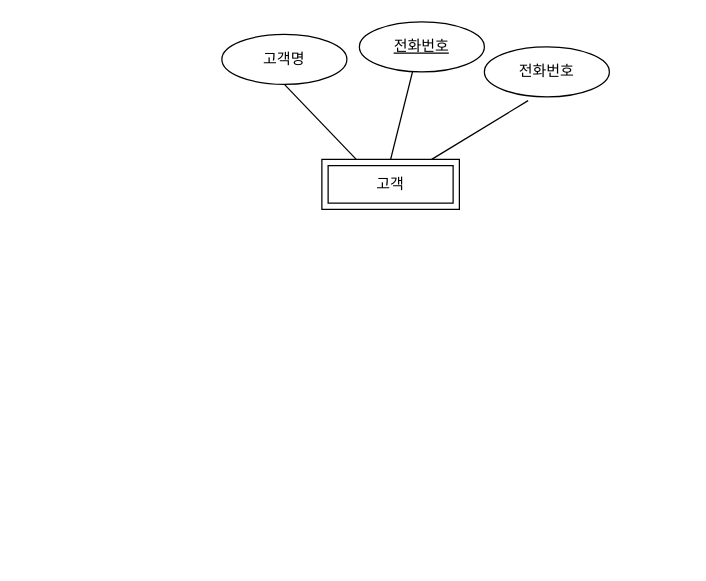
Earlier version of the draw.io diagram 제목 없는 다이어그램.drawio (softlee144/erd). Source tidied: cells renumbered, new cells numbered last; positions are measured from the earlier drawing's top-left corner, leaving out a move shared by most shapes. Both pictures are drawn from the tidied source at 125%, with x=0, y=0 at pixel (221, 21).
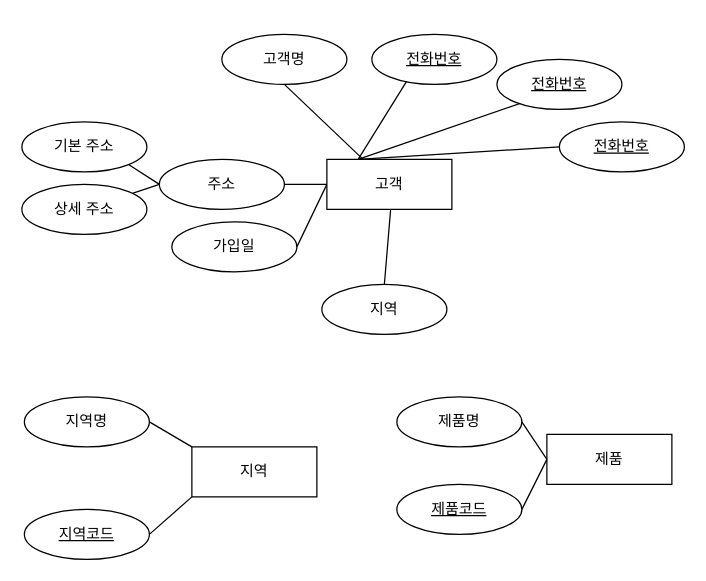
The same page after the edit.

Commit message:
제목 없는 다이어그램.drawio 업데이트

Unchanged cells that the change refers to:
```xml
<mxCell id="3" value="고객명" style="ellipse;whiteSpace=wrap;html=1;align=center;" parent="1" vertex="1">
  <mxGeometry y="10" width="100" height="40" as="geometry" />
</mxCell>
```

Change to the diagram source:
```diff
@@
-    <mxCell id="2" value="고객" style="shape=ext;margin=3;double=1;whiteSpace=wrap;html=1;align=center;" parent="1" vertex="1">
-      <mxGeometry x="80" y="110" width="110" height="40" as="geometry" />
-    </mxCell>
@@
-    <mxCell id="4" style="endArrow=none;html=1;rounded=0;exitX=0.5;exitY=1;exitDx=0;exitDy=0;entryX=0.25;entryY=0;entryDx=0;entryDy=0;" parent="1" edge="1" source="3" target="2">
+    <mxCell id="4" style="endArrow=none;html=1;rounded=0;exitX=0.5;exitY=1;exitDx=0;exitDy=0;" parent="1" edge="1" source="3" target="2">
       <mxGeometry relative="1" as="geometry" />
     </mxCell>
-    <mxCell id="5" value="전화번호" style="ellipse;whiteSpace=wrap;html=1;align=center;" parent="1" vertex="1">
-      <mxGeometry x="210" y="20" width="100" height="40" as="geometry" />
-    </mxCell>
-    <mxCell id="6" style="endArrow=none;html=1;rounded=0;exitX=0.35;exitY=1.075;exitDx=0;exitDy=0;exitPerimeter=0;" parent="1" edge="1" source="5" target="2">
-      <mxGeometry relative="1" as="geometry" />
+    <mxCell id="6" style="endArrow=none;html=1;rounded=0;exitX=0.35;exitY=1.075;exitDx=0;exitDy=0;exitPerimeter=0;entryX=0.25;entryY=0;entryDx=0;entryDy=0;" parent="1" edge="1" target="2">
+      <mxGeometry relative="1" as="geometry">
+        <mxPoint x="245" y="63" as="sourcePoint" />
+      </mxGeometry>
     </mxCell>
     <mxCell id="7" value="전화번호" style="ellipse;whiteSpace=wrap;html=1;align=center;fontStyle=4;" parent="1" vertex="1">
-      <mxGeometry x="110" width="100" height="40" as="geometry" />
+      <mxGeometry x="220" y="30" width="100" height="40" as="geometry" />
     </mxCell>
-    <mxCell id="8" style="endArrow=none;html=1;rounded=0;exitX=0.5;exitY=1;exitDx=0;exitDy=0;entryX=0.5;entryY=0;entryDx=0;entryDy=0;" parent="1" edge="1" target="2">
+    <mxCell id="8" style="endArrow=none;html=1;rounded=0;exitX=0.5;exitY=1;exitDx=0;exitDy=0;entryX=0.25;entryY=0;entryDx=0;entryDy=0;" parent="1" edge="1" target="2">
       <mxGeometry relative="1" as="geometry">
         <mxPoint x="152.5" y="40" as="sourcePoint" />
       </mxGeometry>
     </mxCell>
+    <mxCell id="9" value="전화번호" style="ellipse;whiteSpace=wrap;html=1;align=center;fontStyle=4;" parent="1" vertex="1">
+      <mxGeometry x="120" y="10" width="100" height="40" as="geometry" />
+    </mxCell>
+    <mxCell id="10" value="전화번호" style="ellipse;whiteSpace=wrap;html=1;align=center;fontStyle=4;" parent="1" vertex="1">
+      <mxGeometry x="270" y="80" width="100" height="40" as="geometry" />
+    </mxCell>
+    <mxCell id="11" style="endArrow=none;html=1;rounded=0;exitX=0;exitY=0.5;exitDx=0;exitDy=0;entryX=0.25;entryY=0;entryDx=0;entryDy=0;" parent="1" edge="1" source="10" target="2">
+      <mxGeometry relative="1" as="geometry" />
+    </mxCell>
+    <mxCell id="12" value="주소" style="ellipse;whiteSpace=wrap;html=1;align=center;" parent="1" vertex="1">
+      <mxGeometry x="-50" y="110" width="100" height="40" as="geometry" />
+    </mxCell>
+    <mxCell id="13" value="기본 주소" style="ellipse;whiteSpace=wrap;html=1;align=center;" parent="1" vertex="1">
+      <mxGeometry x="-160" y="80" width="100" height="40" as="geometry" />
+    </mxCell>
+    <mxCell id="14" value="상세 주소" style="ellipse;whiteSpace=wrap;html=1;align=center;" parent="1" vertex="1">
+      <mxGeometry x="-160" y="130" width="100" height="40" as="geometry" />
+    </mxCell>
+    <mxCell id="15" style="endArrow=none;html=1;rounded=0;exitX=1;exitY=1;exitDx=0;exitDy=0;entryX=0;entryY=0.5;entryDx=0;entryDy=0;" parent="1" edge="1" source="13" target="12">
+      <mxGeometry relative="1" as="geometry" />
+    </mxCell>
+    <mxCell id="16" style="endArrow=none;html=1;rounded=0;entryX=0;entryY=0.5;entryDx=0;entryDy=0;" parent="1" edge="1" source="14" target="12">
+      <mxGeometry relative="1" as="geometry" />
+    </mxCell>
+    <mxCell id="17" value="가입일" style="ellipse;whiteSpace=wrap;html=1;align=center;" parent="1" vertex="1">
+      <mxGeometry x="-40" y="160" width="100" height="40" as="geometry" />
+    </mxCell>
+    <mxCell id="18" style="endArrow=none;html=1;rounded=0;exitX=1;exitY=0.5;exitDx=0;exitDy=0;entryX=0;entryY=0.5;entryDx=0;entryDy=0;" parent="1" edge="1" source="17" target="2">
+      <mxGeometry relative="1" as="geometry" />
+    </mxCell>
+    <mxCell id="19" value="지역" style="ellipse;whiteSpace=wrap;html=1;align=center;" parent="1" vertex="1">
+      <mxGeometry x="80" y="210" width="100" height="40" as="geometry" />
+    </mxCell>
+    <mxCell id="20" style="endArrow=none;html=1;rounded=0;exitX=0.5;exitY=0;exitDx=0;exitDy=0;entryX=0.5;entryY=1;entryDx=0;entryDy=0;" parent="1" edge="1" source="19">
+      <mxGeometry relative="1" as="geometry">
+        <mxPoint x="135" y="150" as="targetPoint" />
+      </mxGeometry>
+    </mxCell>
+    <mxCell id="21" value="지역명" style="ellipse;whiteSpace=wrap;html=1;align=center;" parent="1" vertex="1">
+      <mxGeometry x="-158" y="300" width="100" height="40" as="geometry" />
+    </mxCell>
+    <mxCell id="22" value="지역코드" style="ellipse;whiteSpace=wrap;html=1;align=center;fontStyle=4;" parent="1" vertex="1">
+      <mxGeometry x="-158" y="390" width="100" height="40" as="geometry" />
+    </mxCell>
+    <mxCell id="2" value="고객" style="whiteSpace=wrap;html=1;align=center;" parent="1" vertex="1">
+      <mxGeometry x="84" y="110" width="100" height="40" as="geometry" />
+    </mxCell>
+    <mxCell id="23" value="지역" style="whiteSpace=wrap;html=1;align=center;" parent="1" vertex="1">
+      <mxGeometry x="-24" y="340" width="100" height="40" as="geometry" />
+    </mxCell>
+    <mxCell id="24" style="endArrow=none;html=1;rounded=0;exitX=1;exitY=0.5;exitDx=0;exitDy=0;entryX=0;entryY=0;entryDx=0;entryDy=0;" parent="1" edge="1" source="21" target="23">
+      <mxGeometry relative="1" as="geometry" />
+    </mxCell>
+    <mxCell id="25" style="endArrow=none;html=1;rounded=0;exitX=1;exitY=0.5;exitDx=0;exitDy=0;entryX=0;entryY=1;entryDx=0;entryDy=0;" parent="1" edge="1" source="22" target="23">
+      <mxGeometry relative="1" as="geometry" />
+    </mxCell>
+    <mxCell id="26" style="endArrow=none;html=1;rounded=0;exitX=1;exitY=0.5;exitDx=0;exitDy=0;entryX=0;entryY=0.5;entryDx=0;entryDy=0;" parent="1" edge="1" source="12" target="2">
+      <mxGeometry relative="1" as="geometry" />
+    </mxCell>
+    <mxCell id="27" value="제품" style="whiteSpace=wrap;html=1;align=center;" parent="1" vertex="1">
+      <mxGeometry x="260" y="330" width="100" height="40" as="geometry" />
+    </mxCell>
+    <mxCell id="28" value="제품명" style="ellipse;whiteSpace=wrap;html=1;align=center;" parent="1" vertex="1">
+      <mxGeometry x="140" y="300" width="100" height="40" as="geometry" />
+    </mxCell>
+    <mxCell id="29" value="제품코드" style="ellipse;whiteSpace=wrap;html=1;align=center;fontStyle=4;" parent="1" vertex="1">
+      <mxGeometry x="140" y="370" width="100" height="40" as="geometry" />
+    </mxCell>
+    <mxCell id="30" style="endArrow=none;html=1;rounded=0;exitX=1;exitY=0.5;exitDx=0;exitDy=0;entryX=0;entryY=0.5;entryDx=0;entryDy=0;" parent="1" edge="1" source="28" target="27">
+      <mxGeometry relative="1" as="geometry" />
+    </mxCell>
+    <mxCell id="31" style="endArrow=none;html=1;rounded=0;exitX=1;exitY=0.5;exitDx=0;exitDy=0;entryX=0;entryY=0.5;entryDx=0;entryDy=0;" parent="1" edge="1" source="29" target="27">
+      <mxGeometry relative="1" as="geometry" />
+    </mxCell>
```
